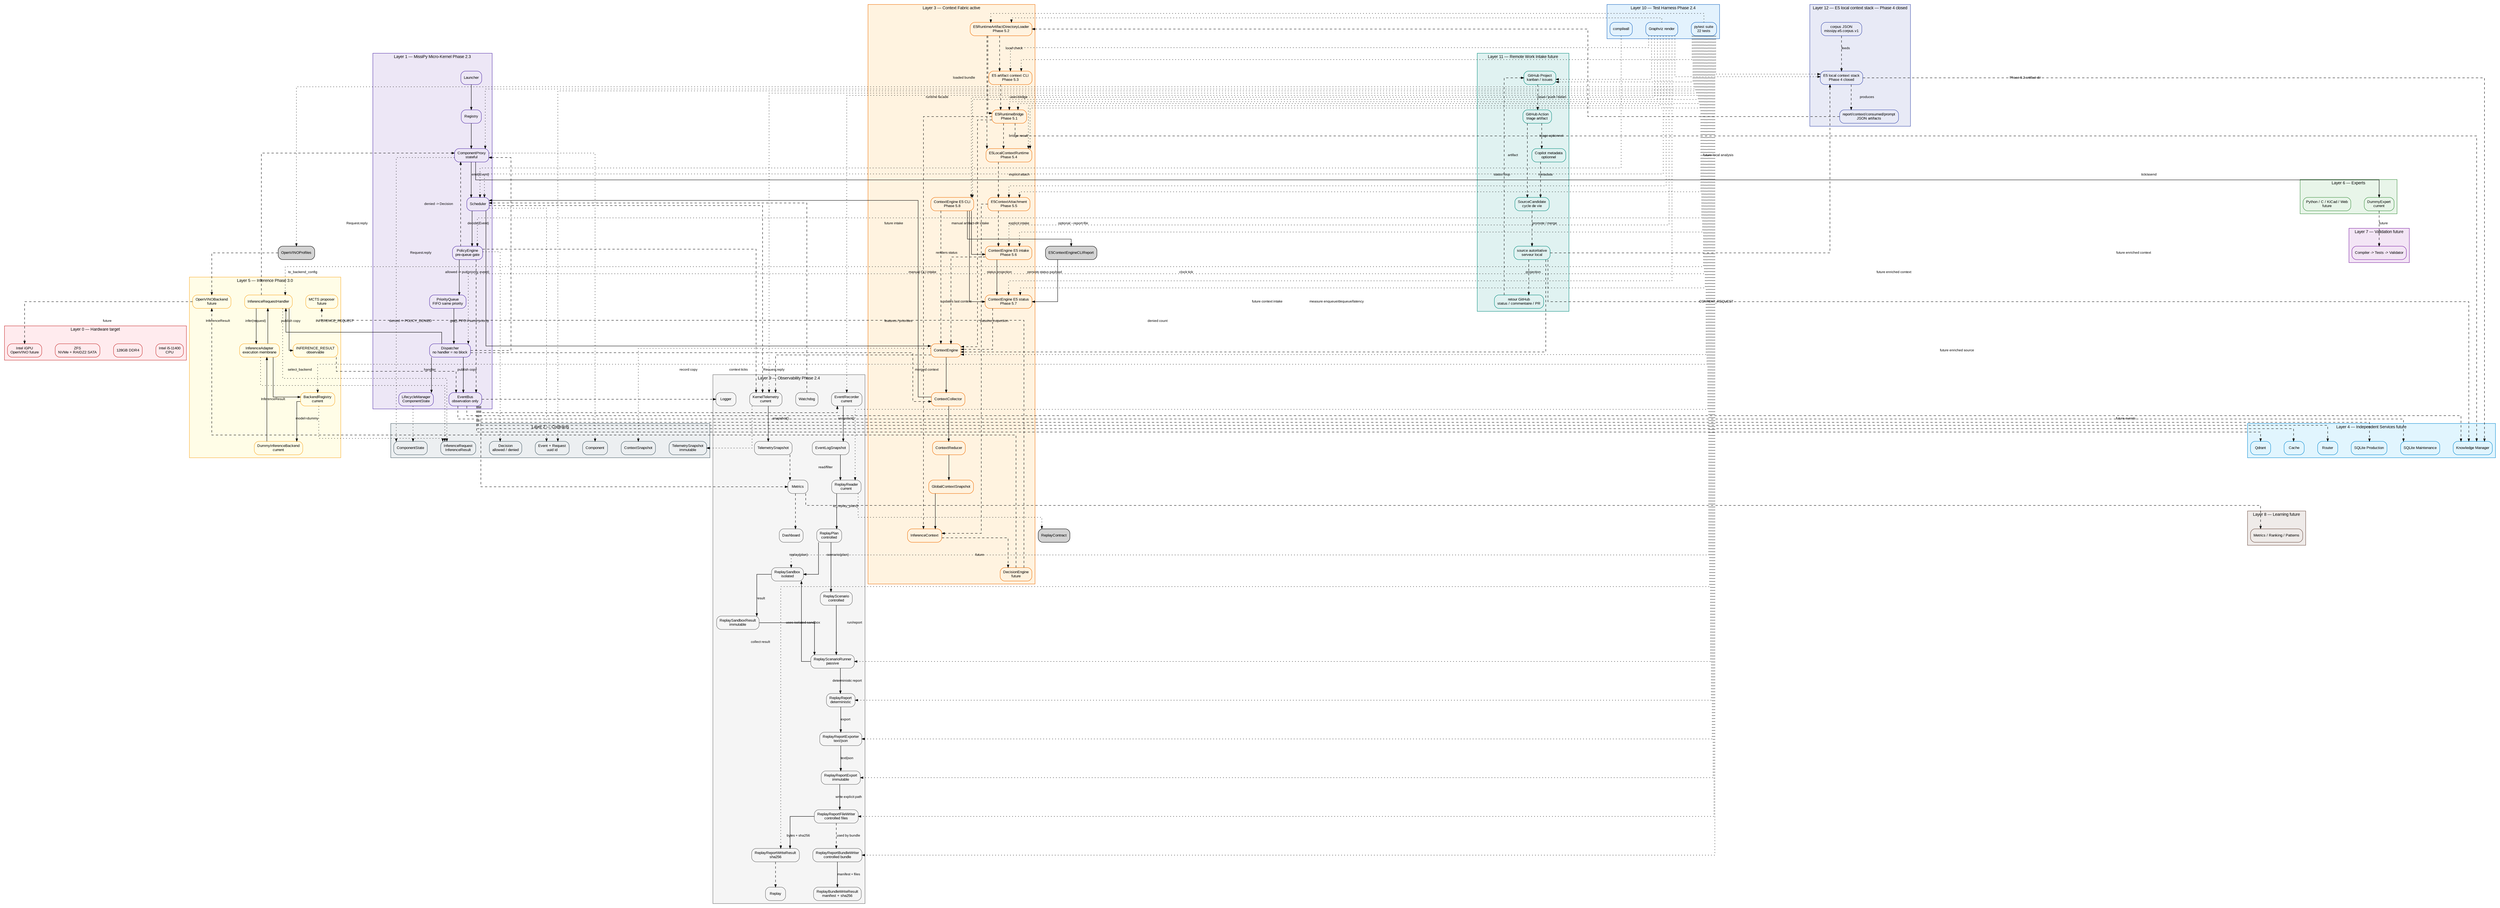
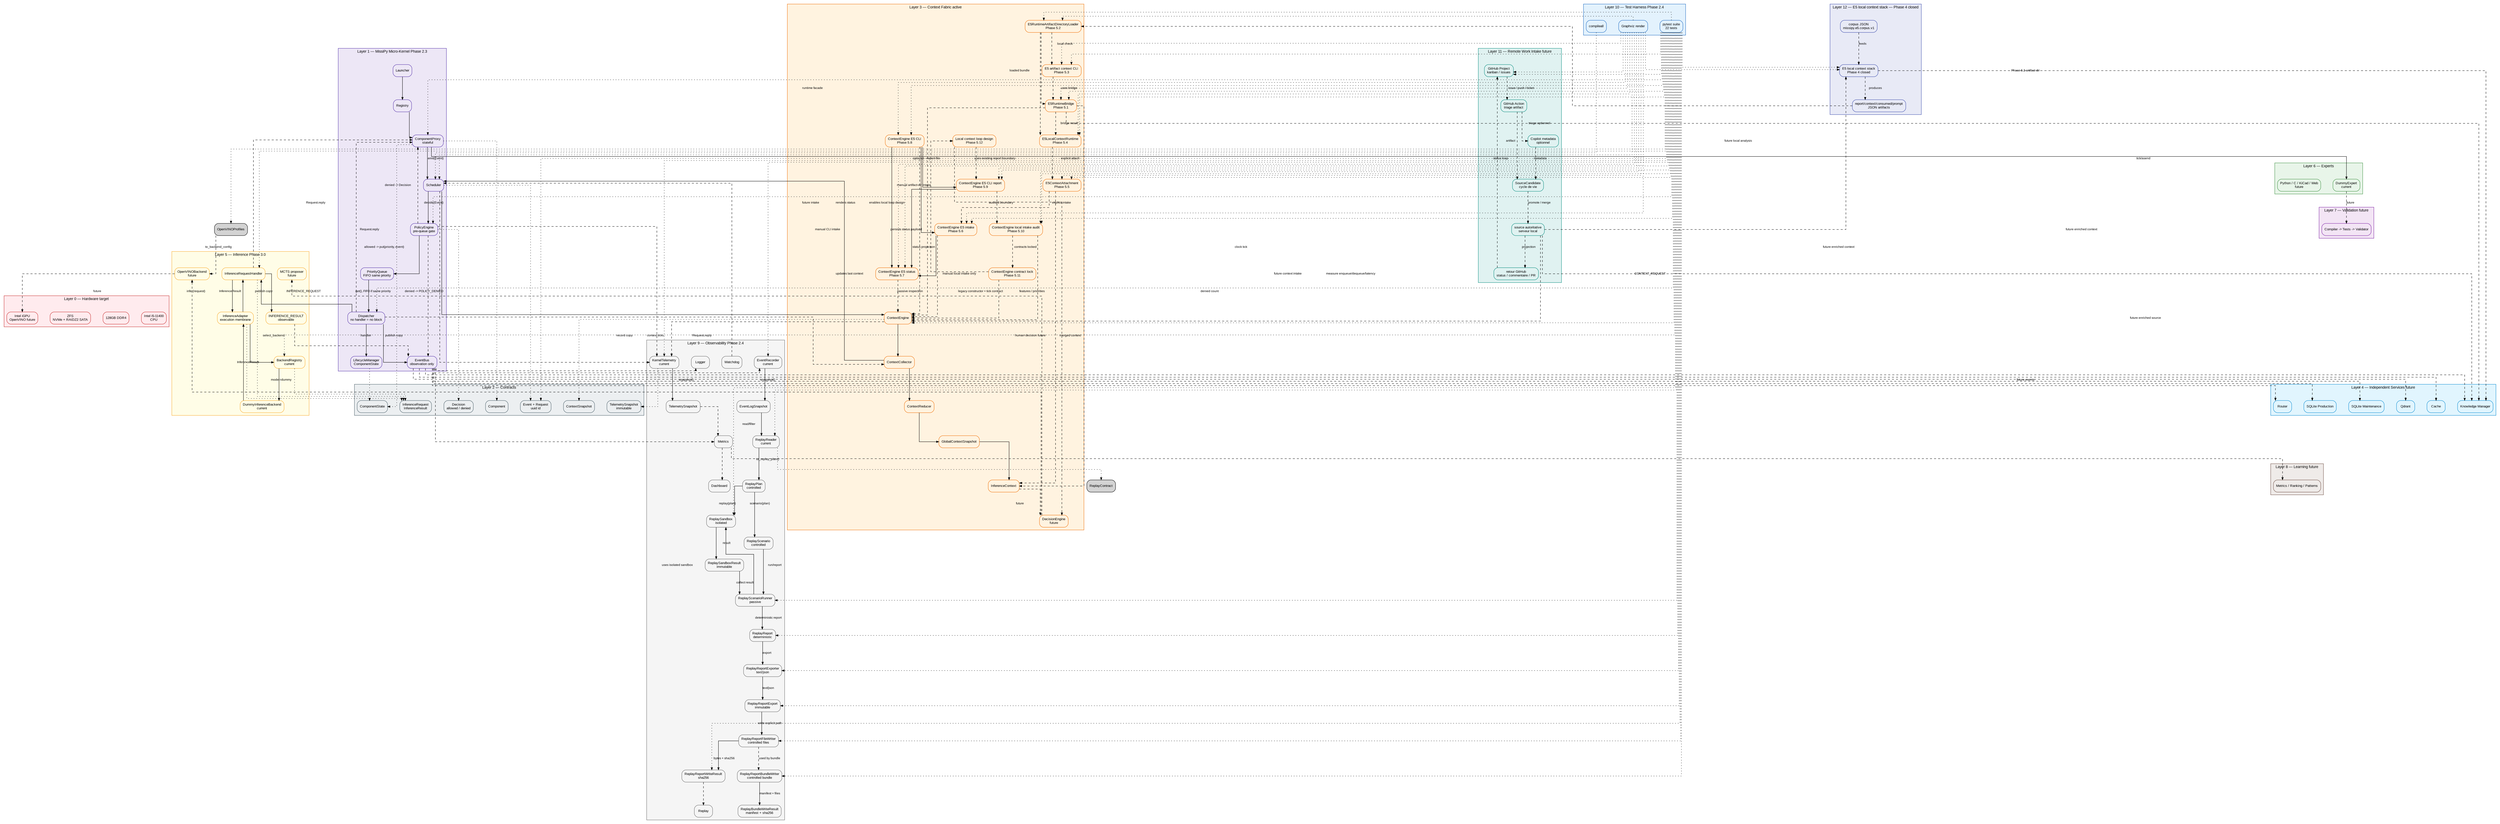
digraph Global {
    // ROADMAP_ID: global

    rankdir=TB;

    // ROADMAP_NOTE[phase2_5]:
    // BackendRegistry est ajouté au layer inference pour préparer
    // l’enregistrement explicite d’OpenVINO sans modifier le Scheduler.

    // ROADMAP_NOTE[phase3_0]:
    // OpenVINOModelProfileRegistry est ajouté pour décrire un ou plusieurs
    // modèles OpenVINO possibles avant de créer les backends exécutables.
    compound=true;
    splines=ortho;
    nodesep=0.5;
    ranksep=0.8;

    graph [fontname="Arial", fontsize=11];
    node [shape=box, style="rounded,filled", fontname="Arial", fontsize=10];
    edge [fontname="Arial", fontsize=9, arrowsize=0.7];

    // ROADMAP_NOTE[phase2_4]:
// ReplayReportBundleWriter ajoute un dossier de replay contrôlé :
// report.txt, report.json et manifest.json avec sha256. La roadmap DOT
// est aussi vérifiée par tests/docs/test_dot_links.py afin que les liens
// descente/remontée pointent vers des sources DOT existantes.
    // Le Layer 9 ajoute ReplayReportFileWriter après ReplayReportExport.
    // Cette étape persiste les exports texte/JSON vers chemins explicites.
    // Aucun répertoire n'est créé ni aucun fichier écrasé sans demande explicite.
    // Le writer reste passif et ne commande jamais le Scheduler vivant.


    // ROADMAP_NOTE[phase4_18_r2]:
    // GitHub Project Orchestrator est visible dans l'architecture globale.
    // Cette couche reste future et documentaire : pas d'API GitHub, pas de token,
    // pas de polling réseau et pas de dépendance Copilot dans le coeur.

    // ROADMAP_NOTE[phase4_19]:
    // La Phase 4 se clôt par un audit du moteur local E5 : corpus, recherche,
    // diagnostics, gates, rapports, contexte, consommation et prompt packet.
    // Le stack E5 reste hors Scheduler, hors Qdrant et hors backend de réponse.

    // ROADMAP_NOTE[phase4_20]:
    // Phase 4 clôturée : le moteur local E5 produit des artefacts déterministes
    // de recherche, contexte consommé et prompt packet. La Phase 5 peut brancher
    // ce socle au serveur local ou au Context Engine sans changer ces frontières.

    // ROADMAP_NOTE[phase5_2]:
    // E5RuntimeArtifactDirectoryLoader ajoute la bordure IO locale pour lire un
    // artifact-dir Phase 4 et réutiliser le pont pur E5RuntimeBridge. Aucun daemon,
    // réseau, Scheduler vivant, Qdrant ou LLM n'est introduit.


    // ROADMAP_NOTE[phase5_4]:
    // E5LocalContextRuntime ajoute une façade runtime locale stable au-dessus
    // du loader 5.2 et du bridge 5.1. Elle retourne un statut typé et un
    // InferenceContext sans CLI, daemon, réseau, Scheduler vivant, Qdrant ou LLM.

    // ROADMAP_NOTE[phase5_5]:
    // E5ContextAttachment fusionne explicitement un résultat runtime E5 local
    // avec un InferenceContext existant. Cette étape prépare l'intake futur du
    // ContextEngine sans lancer Scheduler, daemon, réseau, Qdrant ou LLM.

    // ROADMAP_NOTE[phase5_6]:
    // ContextEngine reçoit une entrée E5 explicite : artifact-dir ou runtime result
    // -> attachement -> last_inference_context. Aucun autoload, aucun Scheduler
    // vivant, aucun daemon, réseau, Qdrant ou LLM n'est introduit.

    // ROADMAP_NOTE[phase5_7]:
    // E5ContextEngineStatus ajoute une projection passive et sérialisable
    // de l'état E5 attaché au ContextEngine. Elle ne lit aucun fichier,
    // ne mute aucun contexte et ne déclenche aucun Scheduler/backend.

    // ROADMAP_NOTE[phase5_8]:
    // E5ContextEngineCLI ajoute une bordure manuelle : artifact-dir ->
    // ContextEngine.attach_e5_artifact_dir() -> E5ContextEngineStatus. Elle
    // ne lance aucun Scheduler vivant, daemon, réseau, Qdrant ou LLM.


+     // ROADMAP_NOTE[phase5_10]:
+     // Phase 5.10 audite le bloc d'intake manuel local : artifact-dir Phase 4,
+     // ContextEngine E5 CLI, report JSON et projection status. Elle ne modifie
+     // pas le runtime et prépare seulement la bascule future vers serveur/local loop.
+ 
    // ROADMAP_NOTE[phase5_9]:
    // E5ContextEngineCLIReport ajoute --report-file à la bordure CLI 5.8.
    // La commande existante peut persister son payload intake + status en JSON
    // atomique sans nouvelle surface CLI, Scheduler vivant, réseau, Qdrant ou LLM.
+ 
+ 
+     // ROADMAP_NOTE[phase5_12]:
+     // LocalContextLoopDesign formalise la boucle locale manuelle : artifact-dir
+     // Phase 4 -> runtime local -> intake explicite ContextEngine -> status/report
+     // -> décision humaine. Aucun serveur, daemon, réseau, stockage persistant,
+     // Qdrant, LLM ou appel OpenVINO caché n'est introduit.

    // ROADMAP_NOTE[phase5_3]:
    // E5 artifact context CLI ajoute une bordure de vérification locale pour
    // afficher l'InferenceContext construit depuis un artifact-dir, sans daemon,
    // réseau, Scheduler vivant, Qdrant ou LLM.

    subgraph cluster_L0 {
        label="Layer 0 — Hardware target";
        color="#c62828";
        bgcolor="#ffebee";
        node [fillcolor="#ffebee", color="#c62828"];
        CPU [label="Intel i5-11400\nCPU"];
        RAM [label="128GB DDR4"];
        Storage [label="ZFS\nNVMe + RAIDZ2 SATA"];
        GPU [label="Intel iGPU\nOpenVINO future"];
    }

    subgraph cluster_L1 {
        label="Layer 1 — MissiPy Micro-Kernel Phase 2.3";
        color="#512da8";
        bgcolor="#ede7f6";
        node [fillcolor="#ede7f6", color="#512da8"];
        Launcher [URL="scheduler/10_scheduler.svg", tooltip="Zoom Scheduler"];
        Registry [URL="scheduler/10_scheduler.svg", tooltip="Registry"];
        Proxy [label="ComponentProxy\nstateful", URL="scheduler/component_proxy/14_component_proxy.svg", tooltip="Runtime proxy"];
        Scheduler [URL="scheduler/10_scheduler.svg", tooltip="Zoom Scheduler"];
        Policy [label="PolicyEngine\npre-queue gate", URL="scheduler/10_scheduler.svg"];
        Queue [label="PriorityQueue\nFIFO same priority", URL="scheduler/priority_queue/13_priority_queue.svg"];
        Dispatcher [label="Dispatcher\nno handler = no block", URL="scheduler/dispatcher/11_dispatcher.svg"];
        EventBus [label="EventBus\nobservation only", URL="scheduler/event_bus/12_event_bus.svg"];
        Lifecycle [label="LifecycleManager\nComponentState", URL="scheduler/10_scheduler.svg"];
    }

    subgraph cluster_L2 {
        label="Layer 2 — Contracts";
        color="#455a64";
        bgcolor="#eceff1";
        node [fillcolor="#eceff1", color="#455a64"];
        EventContract [label="Event + Request\nuuid id"];
        LifecycleContract [label="ComponentState"];
        ComponentContract [label="Component"];
        ContextContract [label="ContextSnapshot"];
        InferenceContract [label="InferenceRequest\nInferenceResult"];
        PolicyContract [label="Decision\nallowed / denied"];
        TelemetryContract [label="TelemetrySnapshot\nimmutable"];
    }

    subgraph cluster_L3 {
        label="Layer 3 — Context Fabric active";
        color="#ef6c00";
        bgcolor="#fff3e0";
        node [fillcolor="#fff3e0", color="#ef6c00"];
        ContextEngine [label="ContextEngine", URL="context/20_context.svg"];
        Collector [label="ContextCollector", URL="context/20_context.svg"];
        Reducer [label="ContextReducer", URL="context/20_context.svg"];
        Snapshot [label="GlobalContextSnapshot", URL="context/20_context.svg"];
        InferenceCtx [label="InferenceContext", URL="context/20_context.svg"];
        E5RuntimeBridge [label="E5RuntimeBridge\nPhase 5.1", URL="context/25_e5_runtime_bridge.svg"];
        E5ArtifactLoader [label="E5RuntimeArtifactDirectoryLoader\nPhase 5.2", URL="context/26_e5_artifact_directory_loader.svg"];
        E5ArtifactContextCLI [label="E5 artifact context CLI\nPhase 5.3", URL="context/27_e5_artifact_context_cli.svg"];
        E5LocalRuntime [label="E5LocalContextRuntime\nPhase 5.4", URL="context/28_e5_local_context_runtime.svg"];
        E5ContextAttachment [label="E5ContextAttachment\nPhase 5.5", URL="context/29_e5_context_attachment.svg"];
        E5ContextEngineIntake [label="ContextEngine E5 intake\nPhase 5.6", URL="context/30_e5_context_engine_intake.svg"];
        E5ContextEngineStatus [label="ContextEngine E5 status\nPhase 5.7", URL="context/31_e5_context_engine_status.svg"];
        E5ContextEngineCLI [label="ContextEngine E5 CLI\nPhase 5.8", URL="context/32_e5_context_engine_cli.svg"];
+         E5ContextEngineCLIReport [label="ContextEngine E5 CLI report\nPhase 5.9", URL="context/33_e5_context_engine_cli_report.svg"];
+         E5ContextEngineIntakeAudit [label="ContextEngine local intake audit\nPhase 5.10", URL="context/34_e5_context_engine_intake_audit.svg"];
+         ContextEngineContractLock [label="ContextEngine contract lock\nPhase 5.11", URL="context/35_context_engine_contract_lock.svg"];
+         LocalContextLoopDesign [label="Local context loop design\nPhase 5.12", URL="context/36_local_context_loop_design.svg"];
        Decision [label="DecisionEngine\nfuture", URL="context/20_context.svg"];
    }

    E5ContextEngineIntake -> E5ContextEngineStatus [label="status projection"];
    E5ContextEngineCLI -> E5ContextEngineIntake [label="manual artifact-dir intake"];
    E5ContextEngineCLI -> E5ContextEngineStatus [label="renders status"];
    E5ContextEngineCLI -> E5ContextEngineCLIReport [label="optional --report-file"];
    E5ContextEngineCLIReport -> E5ContextEngineStatus [label="persists status payload"];
+     E5ContextEngineCLIReport -> E5ContextEngineIntakeAudit [style=dashed, label="audited boundary"];
+     E5ContextEngineIntakeAudit -> ContextEngineContractLock [style=dashed, label="contracts locked"];
+     ContextEngineContractLock -> ContextEngine [style=dashed, label="legacy constructor + tick contract"];
+     E5ContextEngineIntakeAudit -> ContextEngine [style=dashed, label="manual local intake only"];
+     ContextEngineContractLock -> LocalContextLoopDesign [style=dashed, label="enables local loop design"];
+     LocalContextLoopDesign -> E5ContextEngineCLIReport [style=dashed, label="uses existing report boundary"];
+     LocalContextLoopDesign -> Decision [style=dashed, label="human decision future"];

    subgraph cluster_L4 {
        label="Layer 4 — Independent Services future";
        color="#0288d1";
        bgcolor="#e1f5fe";
        node [fillcolor="#e1f5fe", color="#0288d1"];
        Router [URL="services/30_services.svg"];
        SQLiteProd [label="SQLite Production", URL="services/30_services.svg"];
        SQLiteMaint [label="SQLite Maintenance", URL="services/30_services.svg"];
        Qdrant [URL="services/30_services.svg"];
        Cache [URL="services/30_services.svg"];
        Knowledge [label="Knowledge Manager", URL="services/30_services.svg"];
    }

    subgraph cluster_L5 {
        label="Layer 5 — Inference Phase 3.0";
        color="#f9a825";
        bgcolor="#fffde7";
        node [fillcolor="#fffde7", color="#f9a825"];
        InferenceHandler [label="InferenceRequestHandler", URL="inference/40_inference.svg"];
        InferenceAdapter [label="InferenceAdapter\nexecution membrane", URL="inference/40_inference.svg"];
        BackendRegistry [label="BackendRegistry\ncurrent", URL="inference/40_inference.svg"];
        DummyBackend [label="DummyInferenceBackend\ncurrent", URL="inference/40_inference.svg"];
        InferenceResult [label="INFERENCE_RESULT\nobservable", URL="inference/40_inference.svg"];
        OpenVINO [label="OpenVINOBackend\nfuture", URL="inference/40_inference.svg"];
        MCTS [label="MCTS proposer\nfuture"];
    }

    subgraph cluster_L6 {
        label="Layer 6 — Experts";
        color="#388e3c";
        bgcolor="#e8f5e9";
        node [fillcolor="#e8f5e9", color="#388e3c"];
        Dummy [label="DummyExpert\ncurrent", URL="experts/40_experts.svg"];
        ExpertsFuture [label="Python / C / KiCad / Web\nfuture", URL="experts/40_experts.svg"];
    }

    subgraph cluster_L7 {
        label="Layer 7 — Validation future";
        color="#7b1fa2";
        bgcolor="#f3e5f5";
        node [fillcolor="#f3e5f5", color="#7b1fa2"];
        Validation [label="Compiler -> Tests -> Validator", URL="validation/50_validation.svg"];
    }

    subgraph cluster_L8 {
        label="Layer 8 — Learning future";
        color="#6d4c41";
        bgcolor="#efebe9";
        node [fillcolor="#efebe9", color="#6d4c41"];
        Learning [label="Metrics / Ranking / Patterns", URL="learning/60_learning.svg"];
    }

    subgraph cluster_L9 {
        label="Layer 9 — Observability Phase 2.4";
        color="#666666";
        bgcolor="#f5f5f5";
        node [fillcolor="#f5f5f5", color="#666666"];
        Logger [URL="observability/70_observability.svg"];
        KernelTelemetry [label="KernelTelemetry
current", URL="observability/70_observability.svg"];
        TelemetrySnapshot [label="TelemetrySnapshot", URL="observability/70_observability.svg"];
        EventRecorder [label="EventRecorder
current", URL="observability/70_observability.svg"];
        EventLogSnapshot [label="EventLogSnapshot", URL="observability/70_observability.svg"];
        ReplayReader [label="ReplayReader
current", URL="observability/70_observability.svg"];
        ReplayPlan [label="ReplayPlan
controlled", URL="observability/70_observability.svg"];
        ReplaySandbox [label="ReplaySandbox
isolated", URL="observability/70_observability.svg"];
        ReplaySandboxResult [label="ReplaySandboxResult
immutable", URL="observability/70_observability.svg"];
        ReplayScenario [label="ReplayScenario
controlled", URL="observability/70_observability.svg"];
        ReplayScenarioRunner [label="ReplayScenarioRunner
passive", URL="observability/70_observability.svg"];
        ReplayReport [label="ReplayReport
deterministic", URL="observability/70_observability.svg"];
        ReplayReportExporter [label="ReplayReportExporter
text/json", URL="observability/70_observability.svg"];
        ReplayReportExport [label="ReplayReportExport
immutable", URL="observability/70_observability.svg"];
        ReplayReportFileWriter [label="ReplayReportFileWriter
controlled files", URL="observability/70_observability.svg"];
        ReplayReportWriteResult [label="ReplayReportWriteResult
sha256", URL="observability/70_observability.svg"];
        ReplayReportBundleWriter [label="ReplayReportBundleWriter
controlled bundle", URL="observability/70_observability.svg"];
        ReplayBundleWriteResult [label="ReplayBundleWriteResult
manifest + sha256", URL="observability/70_observability.svg"];
        Metrics [URL="observability/70_observability.svg"];
        Replay [URL="observability/70_observability.svg"];
        Dashboard [URL="observability/70_observability.svg"];
        Watchdog [URL="observability/70_observability.svg"];
    }

    subgraph cluster_L10 {
        label="Layer 10 — Test Harness Phase 2.4";
        color="#1565c0";
        bgcolor="#e3f2fd";
        node [fillcolor="#e3f2fd", color="#1565c0"];
        Pytest [label="pytest suite\n22 tests", URL="tests/80_tests.svg"];
        CompileAll [label="compileall"];
        DotRender [label="Graphviz render"];
    }



    subgraph cluster_L11 {
        label="Layer 11 — Remote Work Intake future";
        color="#00897b";
        bgcolor="#e0f2f1";
        node [fillcolor="#e0f2f1", color="#00897b"];
        GitHubProject [label="GitHub Project
kanban / issues", URL="integrations/90_github_project_orchestrator.svg"];
        GitHubAction [label="GitHub Action
triage artifact", URL="integrations/90_github_project_orchestrator.svg"];
        CopilotMetadata [label="Copilot metadata
optionnel", URL="integrations/90_github_project_orchestrator.svg"];
        SourceCandidate [label="SourceCandidate
cycle de vie", URL="integrations/91_source_candidate_lifecycle.svg"];
        LocalAuthority [label="source autoritative
serveur local", URL="integrations/91_source_candidate_lifecycle.svg"];
        GitHubFeedback [label="retour GitHub
status / commentaire / PR", URL="integrations/90_github_project_orchestrator.svg"];
    }

    subgraph cluster_L12 {
        label="Layer 12 — E5 local context stack — Phase 4 closed";
        color="#3949ab";
        bgcolor="#e8eaf6";
        node [fillcolor="#e8eaf6", color="#3949ab"];
        E5LocalStack [label="E5 local context stack
Phase 4 closed", URL="inference/74_e5_phase4_closure.svg"];
        E5Corpus [label="corpus JSON
missipy.e5.corpus.v1", URL="inference/73_e5_phase4_final_audit.svg"];
        E5Reports [label="report/context/consumed/prompt
JSON artifacts", URL="inference/74_e5_phase4_closure.svg"];
    }

    Launcher -> Registry;
    Registry -> Proxy;
    Proxy -> Scheduler [label="emit(Event)"];
    Scheduler -> Policy [label="decide(Event)"];
    Policy -> Queue [label="allowed -> put(priority, event)"];
    Policy -> EventBus [label="denied -> POLICY_DENIED", style=dashed];
    Policy -> Proxy [label="denied -> Decision", style=dashed];
    Queue -> Dispatcher [label="get(), FIFO if same priority"];
    Dispatcher -> Lifecycle [label="handler"];
    Dispatcher -> EventBus [label="publish copy"];
    Dispatcher -> Proxy [label="Request.reply", style=dashed];

    Lifecycle -> LifecycleContract [style=dotted];
    Proxy -> LifecycleContract [style=dotted];

    Scheduler -> ContextEngine [label="clock tick"];
    ContextEngine -> Collector;
    Collector -> Scheduler [label="CONTEXT_REQUEST"];
    Dispatcher -> Collector [label="Request.reply", style=dashed];
    Collector -> Reducer;
    Reducer -> Snapshot;
    Snapshot -> InferenceCtx;
    InferenceCtx -> Decision [style=dashed, label="future"];

    Scheduler -> EventContract [style=dotted];
    Policy -> PolicyContract [style=dotted];
    KernelTelemetry -> TelemetryContract [style=dotted];
    Proxy -> ComponentContract [style=dotted];
    ContextEngine -> ContextContract [style=dotted];
    InferenceHandler -> InferenceContract [style=dotted];
    ReplayReader -> ReplayContract [style=dotted];
    InferenceAdapter -> InferenceContract [style=dotted];
    BackendRegistry -> InferenceContract [style=dotted];

    Proxy -> Dummy [label="tick/asend"];

    Dispatcher -> InferenceHandler [label="INFERENCE_REQUEST"];
    InferenceHandler -> InferenceAdapter [label="infer(request)"];
    InferenceAdapter -> BackendRegistry [label="select_backend"];
    BackendRegistry -> DummyBackend [label="model=dummy"];
    DummyBackend -> InferenceAdapter [label="InferenceResult"];
    InferenceAdapter -> InferenceHandler [label="InferenceResult"];
    InferenceHandler -> InferenceResult [label="publish copy"];
    InferenceHandler -> Proxy [label="Request.reply", style=dashed];
    InferenceResult -> EventBus [style=dashed];
    OpenVINOProfiles -> OpenVINO [style=dashed, label="to_backend_config"];
    OpenVINO -> GPU [style=dashed, label="future"];
    E5Corpus -> E5LocalStack [style=dashed, label="feeds"];
    E5LocalStack -> E5Reports [style=dashed, label="produces"];
    E5Reports -> E5ArtifactLoader [style=dashed, label="Phase 5.2 artifact-dir"];
    E5ArtifactLoader -> E5RuntimeBridge [style=dashed, label="loaded bundle"];
    E5ArtifactLoader -> E5ArtifactContextCLI [style=dashed, label="local check"];
    E5ArtifactContextCLI -> E5RuntimeBridge [style=dashed, label="uses bridge"];
    E5ArtifactLoader -> E5LocalRuntime [style=dashed, label="runtime facade"];
    E5RuntimeBridge -> E5LocalRuntime [style=dashed, label="bridge result"];
    E5LocalRuntime -> E5ContextAttachment [style=dashed, label="explicit attach"];
    E5ContextAttachment -> InferenceCtx [style=dashed, label="merged context"];
    E5RuntimeBridge -> InferenceCtx [style=dashed, label="features / priorities"];
    E5ContextAttachment -> E5ContextEngineIntake [style=dashed, label="explicit intake"];
    E5ContextEngineIntake -> ContextEngine [style=dashed, label="updates last context"];
    E5ContextEngineStatus -> ContextEngine [style=dashed, label="passive inspection"];
    E5ContextEngineCLI -> ContextEngine [style=dashed, label="manual CLI intake"];
    E5RuntimeBridge -> ContextEngine [style=dashed, label="future intake"];
    E5RuntimeBridge -> Knowledge [style=dashed, label="future enriched context"];
    E5LocalStack -> Knowledge [style=dashed, label="future enriched context"];

    Scheduler -> KernelTelemetry [style=dashed, label="measure enqueue/dequeue/latency"];
    Policy -> KernelTelemetry [style=dashed, label="denied count"];
    ContextEngine -> KernelTelemetry [style=dashed, label="context ticks"];
    KernelTelemetry -> TelemetrySnapshot [label="snapshot()"];
    TelemetrySnapshot -> Metrics [style=dashed];

    EventBus -> Logger [style=dashed];
    EventBus -> Metrics [style=dashed];
    EventBus -> EventRecorder [style=dashed, label="record copy"];
    EventRecorder -> EventLogSnapshot [label="snapshot()"];
    EventLogSnapshot -> ReplayReader [label="read/filter"];
    ReplayReader -> ReplayPlan [label="to_replay_plan()"];
    ReplayPlan -> ReplaySandbox [label="replay(plan)"];
    ReplaySandbox -> ReplaySandboxResult [label="result"];
    ReplayPlan -> ReplayScenario [label="scenario(plan)"];
    ReplayScenario -> ReplayScenarioRunner [label="run/report"];
    ReplayScenarioRunner -> ReplaySandbox [label="uses isolated sandbox"];
    ReplaySandboxResult -> ReplayScenarioRunner [label="collect result"];
    ReplayScenarioRunner -> ReplayReport [label="deterministic report"];
    ReplayReport -> ReplayReportExporter [label="export"];
    ReplayReportExporter -> ReplayReportExport [label="text/json"];
    ReplayReportExport -> ReplayReportFileWriter [label="write explicit path"];
    ReplayReportFileWriter -> ReplayReportWriteResult [label="bytes + sha256"];
    ReplayReportFileWriter -> ReplayReportBundleWriter [style=dashed, label="used by bundle"];
    ReplayReportBundleWriter -> ReplayBundleWriteResult [label="manifest + files"];
    ReplayReportWriteResult -> Replay [style=dashed];
    Metrics -> Dashboard [style=dashed];
    Watchdog -> Scheduler [style=dashed];

    Pytest -> EventContract [style=dotted];
    Pytest -> Dispatcher [style=dotted];
    Pytest -> Proxy [style=dotted];
    Pytest -> ContextEngine [style=dotted];
    Pytest -> InferenceHandler [style=dotted];
    Pytest -> BackendRegistry [style=dotted];
    Pytest -> OpenVINOProfiles [style=dotted];
    Pytest -> Policy [style=dotted];
    Pytest -> KernelTelemetry [style=dotted];
    Pytest -> EventRecorder [style=dotted];
    Pytest -> ReplayReader [style=dotted];
    Pytest -> ReplaySandbox [style=dotted];
    Pytest -> ReplayScenarioRunner [style=dotted];
    Pytest -> ReplayReport [style=dotted];
    Pytest -> ReplayReportExporter [style=dotted];
    Pytest -> ReplayReportExport [style=dotted];
    Pytest -> ReplayReportFileWriter [style=dotted];
    Pytest -> ReplayReportBundleWriter [style=dotted];
    Pytest -> ReplayReportWriteResult [style=dotted];
    CompileAll -> Scheduler [style=dotted];
    DotRender -> Scheduler [style=dotted];

    EventBus -> Router [style=dashed, label="future events"];
    EventBus -> SQLiteProd [style=dashed];
    EventBus -> SQLiteMaint [style=dashed];
    EventBus -> Qdrant [style=dashed];
    EventBus -> Cache [style=dashed];
    EventBus -> Knowledge [style=dashed];
    Decision -> OpenVINO [style=dashed];
    Decision -> MCTS [style=dashed];
    Dummy -> Validation [style=dashed, label="future"];
    Metrics -> Learning [style=dashed];

    GitHubProject -> GitHubAction [style=dashed, label="issue / push / ticket"];
    GitHubAction -> CopilotMetadata [style=dashed, label="triage optionnel"];
    CopilotMetadata -> SourceCandidate [style=dashed, label="metadata"];
    GitHubAction -> SourceCandidate [style=dashed, label="artifact"];
    SourceCandidate -> LocalAuthority [style=dashed, label="promote / merge"];
    LocalAuthority -> E5LocalStack [style=dashed, label="future local analysis"];
    LocalAuthority -> ContextEngine [style=dashed, label="future context intake"];
    LocalAuthority -> Knowledge [style=dashed, label="future enriched source"];
    LocalAuthority -> GitHubFeedback [style=dashed, label="projection"];
    GitHubFeedback -> GitHubProject [style=dashed, label="status loop"];
    Pytest -> GitHubProject [style=dotted];
    Pytest -> E5LocalStack [style=dotted];
    Pytest -> E5RuntimeBridge [style=dotted];
    Pytest -> E5ArtifactLoader [style=dotted];
    Pytest -> E5ArtifactContextCLI [style=dotted];
    Pytest -> E5LocalRuntime [style=dotted];
    Pytest -> E5ContextAttachment [style=dotted];
    Pytest -> E5ContextEngineIntake [style=dotted];
    Pytest -> E5ContextEngineStatus [style=dotted];
    Pytest -> E5ContextEngineCLI [style=dotted];
+     Pytest -> E5ContextEngineCLIReport [style=dotted];
+     Pytest -> E5ContextEngineIntakeAudit [style=dotted];
    DotRender -> GitHubProject [style=dotted];
    DotRender -> E5LocalStack [style=dotted];
    DotRender -> E5RuntimeBridge [style=dotted];
    DotRender -> E5ArtifactLoader [style=dotted];
    DotRender -> E5ArtifactContextCLI [style=dotted];
    DotRender -> E5LocalRuntime [style=dotted];
    DotRender -> E5ContextAttachment [style=dotted];
    DotRender -> E5ContextEngineIntake [style=dotted];
    DotRender -> E5ContextEngineStatus [style=dotted];
    DotRender -> E5ContextEngineCLI [style=dotted];
+     DotRender -> E5ContextEngineCLIReport [style=dotted];
+     DotRender -> E5ContextEngineIntakeAudit [style=dotted];
}

